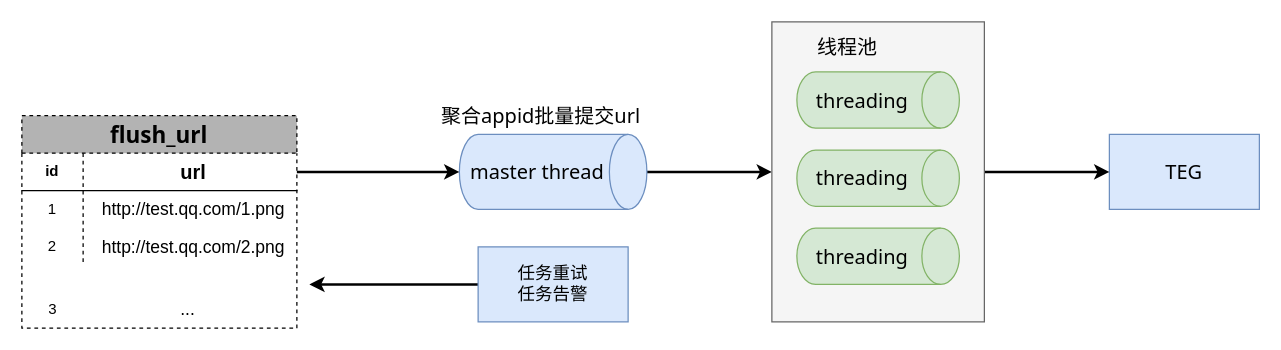
Earlier version of the draw.io diagram page "Page-8" (8 of 9) of tcb.drawio (wwCrazy/resume). Source tidied: cells renumbered, new cells numbered last; positions are measured from the earlier drawing's top-left corner, leaving out a move shared by most shapes. Both pictures are drawn from the tidied source at 125%, with x=0, y=0 at pixel (21, 21).
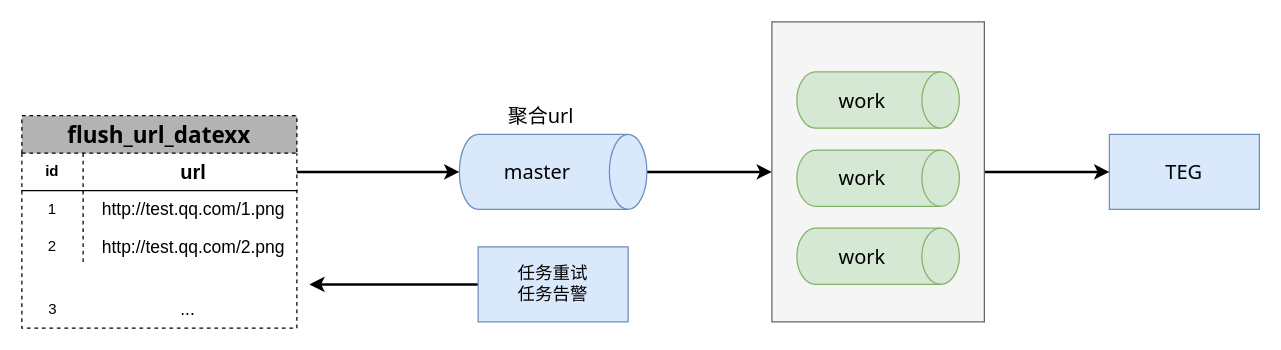
Above is the later version.

Diff of the diagram source:
```diff
@@
-    <mxCell id="2" value="flush_url" style="shape=table;html=1;whiteSpace=wrap;startSize=30;childLayout=tableLayout;rowLines=0;fontStyle=1;align=center;dashed=1;strokeWidth=1;fillColor=#B3B3B3;fontFamily=Tahoma;fontSize=18;fontColor=#000000;" parent="1" vertex="1">
+    <mxCell id="2" value="flush_url_datexx" style="shape=table;html=1;whiteSpace=wrap;startSize=30;childLayout=tableLayout;rowLines=0;fontStyle=1;align=center;dashed=1;strokeWidth=1;fillColor=#B3B3B3;fontFamily=Tahoma;fontSize=18;fontColor=#000000;" parent="1" vertex="1">
       <mxGeometry y="75" width="220" height="170" as="geometry" />
     </mxCell>
@@
-    <mxCell id="15" value="master thread" style="shape=cylinder3;whiteSpace=wrap;html=1;boundedLbl=1;backgroundOutline=1;size=15;strokeWidth=1;fillColor=#dae8fc;fontFamily=Tahoma;fontSize=16;align=center;direction=south;strokeColor=#6c8ebf;" parent="1" vertex="1">
+    <mxCell id="15" value="master" style="shape=cylinder3;whiteSpace=wrap;html=1;boundedLbl=1;backgroundOutline=1;size=15;strokeWidth=1;fillColor=#dae8fc;fontFamily=Tahoma;fontSize=16;align=center;direction=south;strokeColor=#6c8ebf;" parent="1" vertex="1">
       <mxGeometry x="350" y="90" width="150" height="60" as="geometry" />
     </mxCell>
-    <mxCell id="16" value="聚合appid批量提交url" style="text;html=1;align=center;verticalAlign=middle;fillColor=none;strokeColor=none;rounded=0;fontFamily=Tahoma;fontSize=16;fontColor=#000000;" parent="1" vertex="1">
-      <mxGeometry x="330" y="65" width="170" height="20" as="geometry" />
+    <mxCell id="16" value="聚合url" style="text;html=1;align=center;verticalAlign=middle;fillColor=none;strokeColor=none;rounded=0;fontFamily=Tahoma;fontSize=16;fontColor=#000000;" parent="1" vertex="1">
+      <mxGeometry x="380" y="65" width="70" height="20" as="geometry" />
     </mxCell>
@@
-    <mxCell id="20" value="threading" style="shape=cylinder3;whiteSpace=wrap;html=1;boundedLbl=1;backgroundOutline=1;size=15;strokeWidth=1;fillColor=#d5e8d4;fontFamily=Tahoma;fontSize=16;align=center;direction=south;strokeColor=#82b366;" parent="1" vertex="1">
+    <mxCell id="20" value="work" style="shape=cylinder3;whiteSpace=wrap;html=1;boundedLbl=1;backgroundOutline=1;size=15;strokeWidth=1;fillColor=#d5e8d4;fontFamily=Tahoma;fontSize=16;align=center;direction=south;strokeColor=#82b366;" parent="1" vertex="1">
       <mxGeometry x="620" y="40" width="130" height="45" as="geometry" />
     </mxCell>
-    <mxCell id="21" value="threading" style="shape=cylinder3;whiteSpace=wrap;html=1;boundedLbl=1;backgroundOutline=1;size=15;strokeWidth=1;fillColor=#d5e8d4;fontFamily=Tahoma;fontSize=16;align=center;direction=south;strokeColor=#82b366;" parent="1" vertex="1">
+    <mxCell id="21" value="work" style="shape=cylinder3;whiteSpace=wrap;html=1;boundedLbl=1;backgroundOutline=1;size=15;strokeWidth=1;fillColor=#d5e8d4;fontFamily=Tahoma;fontSize=16;align=center;direction=south;strokeColor=#82b366;" parent="1" vertex="1">
       <mxGeometry x="620" y="102.5" width="130" height="45" as="geometry" />
     </mxCell>
-    <mxCell id="22" value="threading" style="shape=cylinder3;whiteSpace=wrap;html=1;boundedLbl=1;backgroundOutline=1;size=15;strokeWidth=1;fillColor=#d5e8d4;fontFamily=Tahoma;fontSize=16;align=center;direction=south;strokeColor=#82b366;" parent="1" vertex="1">
+    <mxCell id="22" value="work" style="shape=cylinder3;whiteSpace=wrap;html=1;boundedLbl=1;backgroundOutline=1;size=15;strokeWidth=1;fillColor=#d5e8d4;fontFamily=Tahoma;fontSize=16;align=center;direction=south;strokeColor=#82b366;" parent="1" vertex="1">
       <mxGeometry x="620" y="165" width="130" height="45" as="geometry" />
     </mxCell>
-    <mxCell id="23" value="线程池" style="text;html=1;align=center;verticalAlign=middle;fillColor=none;strokeColor=none;rounded=0;fontFamily=Tahoma;fontSize=16;fontColor=#000000;" parent="1" vertex="1">
-      <mxGeometry x="630" y="10" width="60" height="20" as="geometry" />
-    </mxCell>
```
